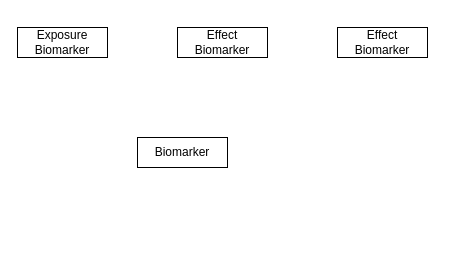
This is Diagram zonder titel.drawio from jwkruisselbrink/parc-aggregate-exposure-modelling, a draw.io file, before an edit. Source tidied: cells renumbered, new cells numbered last; positions are measured from the earlier drawing's top-left corner, leaving out a move shared by most shapes. Both pictures are drawn from the tidied source at 100%, with x=0, y=0 at pixel (17, 27).
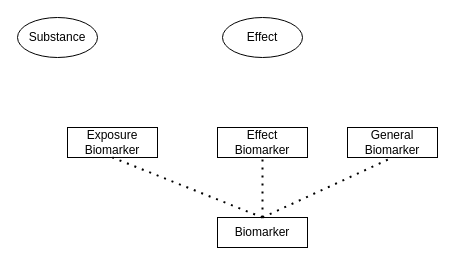
The same diagram, later.

Commit message:
HBM Biomarker

The edit, as a diff of the source:
```diff
@@
 <mxGraphModel>
   <root>
     <mxCell id="0" />
     <mxCell id="1" parent="0" />
     <mxCell id="2" value="Biomarker" style="rounded=0;whiteSpace=wrap;html=1;" parent="1" vertex="1">
-      <mxGeometry x="120" y="110" width="90" height="30" as="geometry" />
+      <mxGeometry x="200" y="190" width="90" height="30" as="geometry" />
     </mxCell>
     <mxCell id="3" value="Exposure Biomarker" style="rounded=0;whiteSpace=wrap;html=1;" parent="1" vertex="1">
-      <mxGeometry width="90" height="30" as="geometry" />
+      <mxGeometry x="50" y="100" width="90" height="30" as="geometry" />
     </mxCell>
     <mxCell id="4" value="Effect Biomarker" style="rounded=0;whiteSpace=wrap;html=1;" parent="1" vertex="1">
-      <mxGeometry x="160" width="90" height="30" as="geometry" />
+      <mxGeometry x="200" y="100" width="90" height="30" as="geometry" />
     </mxCell>
-    <mxCell id="5" value="Effect Biomarker" style="rounded=0;whiteSpace=wrap;html=1;" parent="1" vertex="1">
-      <mxGeometry x="320" width="90" height="30" as="geometry" />
+    <mxCell id="5" value="General Biomarker" style="rounded=0;whiteSpace=wrap;html=1;" parent="1" vertex="1">
+      <mxGeometry x="330" y="100" width="90" height="30" as="geometry" />
     </mxCell>
+    <mxCell id="6" style="endArrow=none;dashed=1;html=1;dashPattern=1 3;strokeWidth=2;rounded=0;entryX=0.5;entryY=1;entryDx=0;entryDy=0;exitX=0.5;exitY=0;exitDx=0;exitDy=0;" parent="1" edge="1" source="2" target="3">
+      <mxGeometry relative="1" as="geometry" />
+    </mxCell>
+    <mxCell id="7" style="endArrow=none;dashed=1;html=1;dashPattern=1 3;strokeWidth=2;rounded=0;exitX=0.5;exitY=0;exitDx=0;exitDy=0;" parent="1" edge="1" source="2" target="4">
+      <mxGeometry relative="1" as="geometry" />
+    </mxCell>
+    <mxCell id="8" style="endArrow=none;dashed=1;html=1;dashPattern=1 3;strokeWidth=2;rounded=0;exitX=0.5;exitY=0;exitDx=0;exitDy=0;entryX=0.5;entryY=1;entryDx=0;entryDy=0;" parent="1" edge="1" source="2" target="5">
+      <mxGeometry relative="1" as="geometry" />
+    </mxCell>
+    <mxCell id="9" value="Substance" style="ellipse;whiteSpace=wrap;html=1;" parent="1" vertex="1">
+      <mxGeometry y="-10" width="80" height="40" as="geometry" />
+    </mxCell>
+    <mxCell id="10" value="Effect" style="ellipse;whiteSpace=wrap;html=1;" parent="1" vertex="1">
+      <mxGeometry x="205" y="-10" width="80" height="40" as="geometry" />
+    </mxCell>
   </root>
 </mxGraphModel>
```
